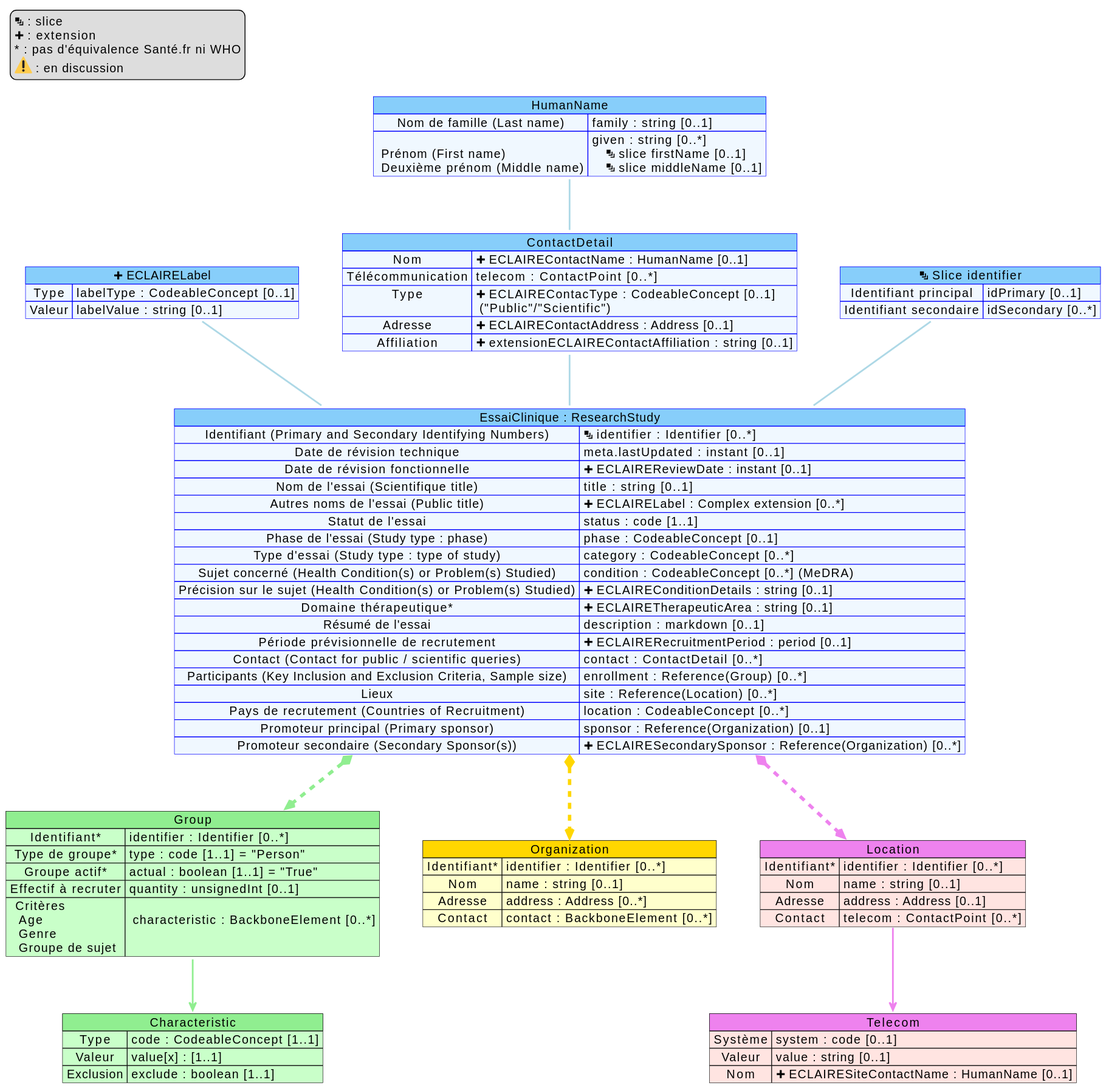
The PlantUML diagram input/images/mappingResearchStudy.svg in ansforge/essais-cliniques, before a commit.
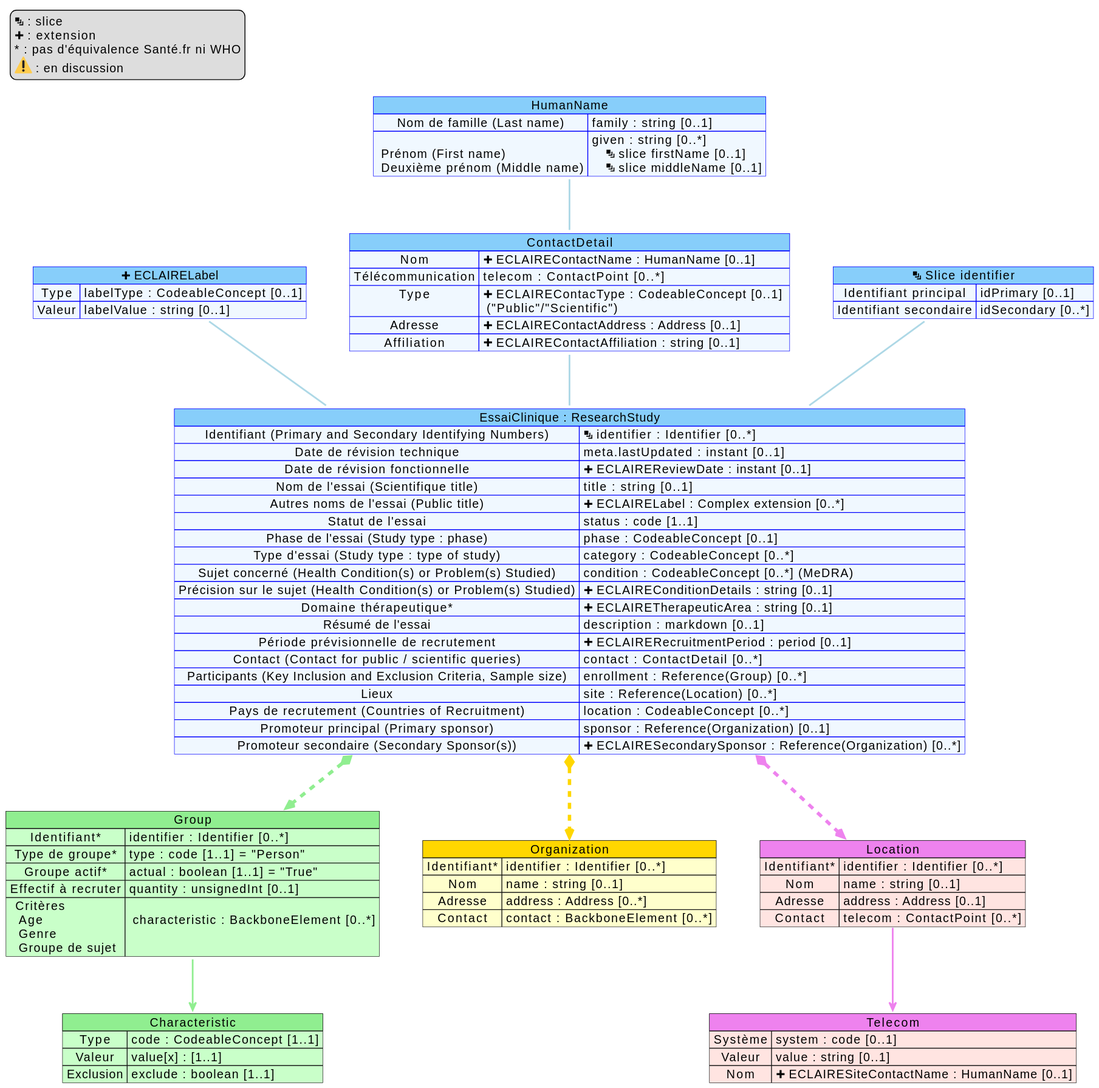
The same diagram one commit later.

Commit message:
Correction typo mapping

Change to the diagram source:
```diff
@@ -4,7 +4,7 @@
     Télécommunication => telecom :  ContactPoint [0..*]
     Type => <&plus> ECLAIREContacType :  CodeableConcept [0..1] \n ("Public"/"Scientific")
     Adresse => <&plus> ECLAIREContactAddress : Address [0..1]
-    Affiliation => <&plus> extensionECLAIREContactAffiliation : string [0..1]
+    Affiliation => <&plus> ECLAIREContactAffiliation : string [0..1]
     Nom => <&plus> ECLAIREContactName : HumanName [0..1]
 }
 
```
